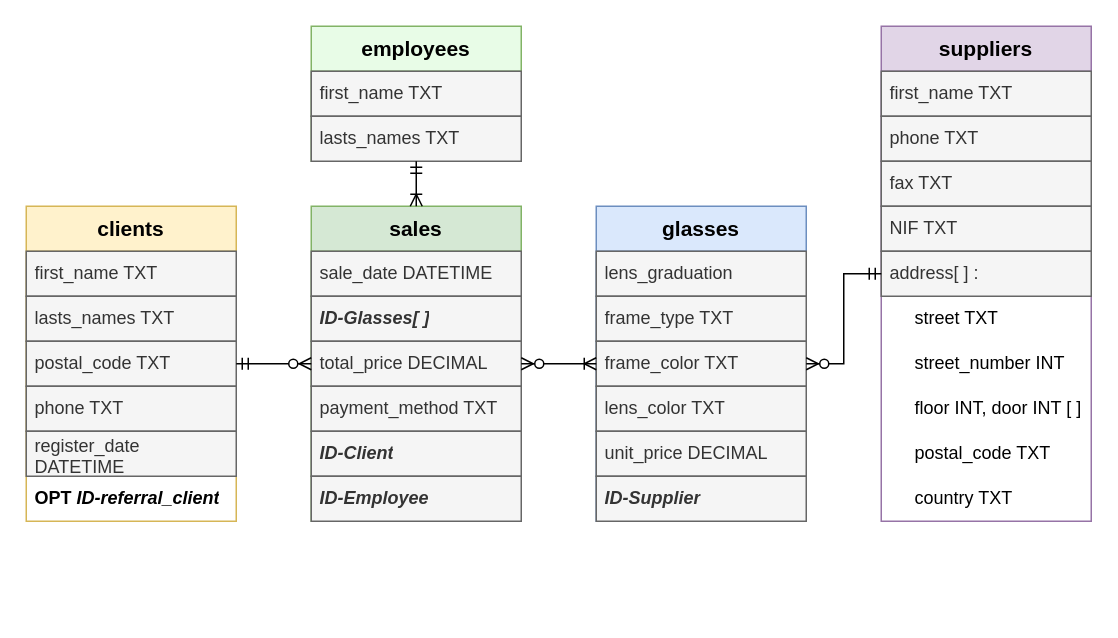
The draw.io diagram modelOptica.drawio in carlajuani/Sprint2, before the edit. Source tidied: cells renumbered, new cells numbered last; positions are measured from the earlier drawing's top-left corner, leaving out a move shared by most shapes. Both pictures are drawn from the tidied source at 150%, with x=0, y=0 at pixel (26, 26).
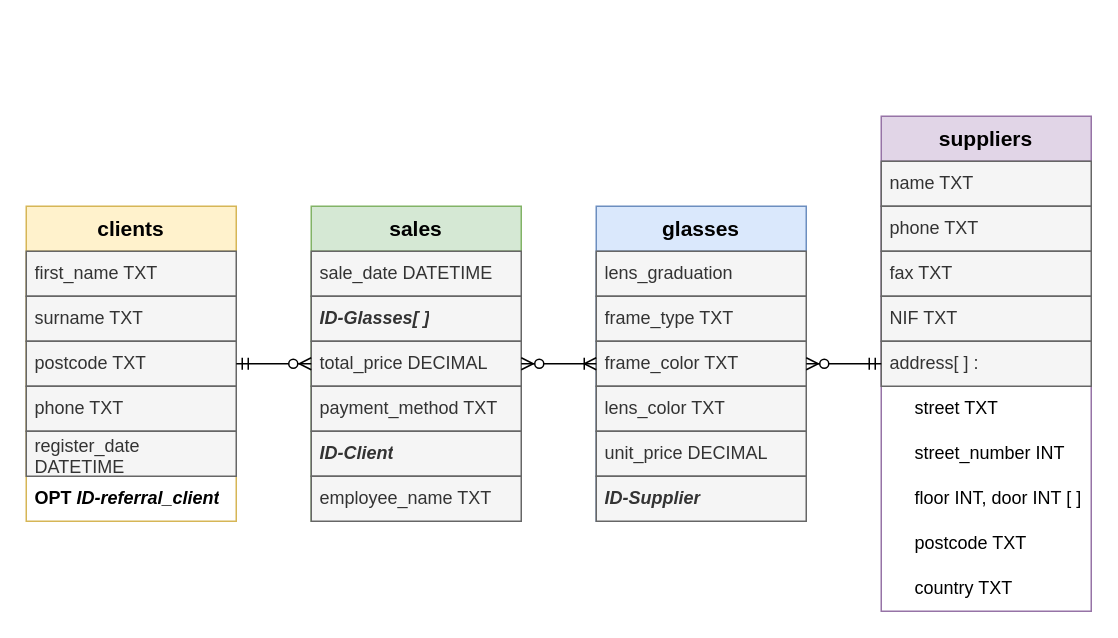
Above is the later version.

Unchanged cells that the change refers to:
```xml
<mxCell id="5" value="&lt;font size=&quot;1&quot;&gt;&lt;b style=&quot;font-size: 14px;&quot;&gt;sales&lt;/b&gt;&lt;/font&gt;" style="swimlane;fontStyle=0;horizontal=1;startSize=30;whiteSpace=wrap;html=1;fillColor=#d5e8d4;strokeColor=#82b366;" parent="1" vertex="1">
  <mxGeometry x="190" y="120" width="140" height="210" as="geometry" />
</mxCell>
<mxCell id="12" value="&lt;b&gt;&lt;font style=&quot;font-size: 14px;&quot;&gt;glasses&lt;/font&gt;&lt;/b&gt;" style="swimlane;fontStyle=0;horizontal=1;startSize=30;whiteSpace=wrap;html=1;fillColor=#dae8fc;strokeColor=#6c8ebf;" parent="1" vertex="1">
  <mxGeometry x="380" y="120" width="140" height="210" as="geometry" />
</mxCell>
<mxCell id="19" value="&lt;font size=&quot;1&quot;&gt;&lt;b style=&quot;font-size: 14px;&quot;&gt;clients&lt;/b&gt;&lt;/font&gt;" style="swimlane;fontStyle=0;horizontal=1;startSize=30;whiteSpace=wrap;html=1;fillColor=#fff2cc;strokeColor=#d6b656;" parent="1" vertex="1">
  <mxGeometry y="120" width="140" height="210" as="geometry" />
</mxCell>
```

Change to the diagram source:
```diff
@@
-    <mxCell id="2" value="&lt;font style=&quot;font-size: 14px;&quot;&gt;&lt;b&gt;employees&lt;/b&gt;&lt;/font&gt;" style="swimlane;fontStyle=0;horizontal=1;startSize=30;whiteSpace=wrap;html=1;fillColor=#E8FCE7;strokeColor=#82b366;" parent="1" vertex="1">
-      <mxGeometry x="190" width="140" height="90" as="geometry" />
-    </mxCell>
-    <mxCell id="3" value="first_name TXT" style="text;strokeColor=#666666;fillColor=#f5f5f5;align=left;verticalAlign=middle;spacingLeft=4;spacingRight=4;overflow=hidden;whiteSpace=wrap;html=1;fontColor=#333333;" parent="2" vertex="1">
-      <mxGeometry y="30" width="140" height="30" as="geometry" />
-    </mxCell>
-    <mxCell id="4" value="lasts_names TXT" style="text;strokeColor=#666666;fillColor=#f5f5f5;align=left;verticalAlign=middle;spacingLeft=4;spacingRight=4;overflow=hidden;whiteSpace=wrap;html=1;fontColor=#333333;" parent="2" vertex="1">
-      <mxGeometry y="60" width="140" height="30" as="geometry" />
-    </mxCell>
@@
-    <mxCell id="11" value="&lt;i&gt;&lt;b&gt;ID-Employee&lt;/b&gt;&lt;/i&gt;" style="text;strokeColor=#666666;fillColor=#f5f5f5;align=left;verticalAlign=middle;spacingLeft=4;spacingRight=4;overflow=hidden;whiteSpace=wrap;html=1;fontColor=#333333;" parent="5" vertex="1">
+    <mxCell id="11" value="&lt;div&gt;employee_name TXT&lt;br&gt;&lt;/div&gt;" style="text;strokeColor=#666666;fillColor=#f5f5f5;align=left;verticalAlign=middle;spacingLeft=4;spacingRight=4;overflow=hidden;whiteSpace=wrap;html=1;fontColor=#333333;" parent="5" vertex="1">
       <mxGeometry y="180" width="140" height="30" as="geometry" />
     </mxCell>
@@
-    <mxCell id="21" value="lasts_names TXT" style="text;strokeColor=#666666;fillColor=#f5f5f5;align=left;verticalAlign=middle;spacingLeft=4;spacingRight=4;overflow=hidden;whiteSpace=wrap;html=1;fontColor=#333333;" parent="19" vertex="1">
+    <mxCell id="21" value="surname TXT" style="text;strokeColor=#666666;fillColor=#f5f5f5;align=left;verticalAlign=middle;spacingLeft=4;spacingRight=4;overflow=hidden;whiteSpace=wrap;html=1;fontColor=#333333;" parent="19" vertex="1">
       <mxGeometry y="60" width="140" height="30" as="geometry" />
     </mxCell>
-    <mxCell id="22" value="postal_code TXT" style="text;align=left;verticalAlign=middle;spacingLeft=4;spacingRight=4;overflow=hidden;whiteSpace=wrap;html=1;shadow=0;glass=0;rounded=0;fillColor=#f5f5f5;fontColor=#333333;strokeColor=#666666;" parent="19" vertex="1">
+    <mxCell id="22" value="postcode TXT" style="text;align=left;verticalAlign=middle;spacingLeft=4;spacingRight=4;overflow=hidden;whiteSpace=wrap;html=1;shadow=0;glass=0;rounded=0;fillColor=#f5f5f5;fontColor=#333333;strokeColor=#666666;" parent="19" vertex="1">
       <mxGeometry y="90" width="140" height="30" as="geometry" />
     </mxCell>
@@
     <mxCell id="26" value="&lt;font style=&quot;font-size: 14px;&quot;&gt;&lt;b&gt;suppliers&lt;/b&gt;&lt;/font&gt;" style="swimlane;fontStyle=0;horizontal=1;startSize=30;whiteSpace=wrap;html=1;fillColor=#e1d5e7;strokeColor=#9673a6;" parent="1" vertex="1">
-      <mxGeometry x="570" width="140" height="330" as="geometry" />
+      <mxGeometry x="570" y="60" width="140" height="330" as="geometry" />
     </mxCell>
-    <mxCell id="27" value="first_name TXT" style="text;strokeColor=#666666;fillColor=#f5f5f5;align=left;verticalAlign=middle;spacingLeft=4;spacingRight=4;overflow=hidden;whiteSpace=wrap;html=1;fontColor=#333333;" parent="26" vertex="1">
+    <mxCell id="27" value="name TXT" style="text;strokeColor=#666666;fillColor=#f5f5f5;align=left;verticalAlign=middle;spacingLeft=4;spacingRight=4;overflow=hidden;whiteSpace=wrap;html=1;fontColor=#333333;" parent="26" vertex="1">
       <mxGeometry y="30" width="140" height="30" as="geometry" />
     </mxCell>
@@
-    <mxCell id="35" value="&amp;nbsp;&amp;nbsp; &amp;nbsp; postal_code TXT" style="text;align=left;verticalAlign=middle;spacingLeft=4;spacingRight=4;overflow=hidden;whiteSpace=wrap;html=1;shadow=0;glass=0;rounded=0;" parent="26" vertex="1">
+    <mxCell id="35" value="&amp;nbsp;&amp;nbsp; &amp;nbsp; postcode TXT" style="text;align=left;verticalAlign=middle;spacingLeft=4;spacingRight=4;overflow=hidden;whiteSpace=wrap;html=1;shadow=0;glass=0;rounded=0;" parent="26" vertex="1">
       <mxGeometry y="270" width="140" height="30" as="geometry" />
     </mxCell>
@@
-    <mxCell id="37" style="edgeStyle=orthogonalEdgeStyle;fontSize=12;html=1;endArrow=ERoneToMany;startArrow=ERmandOne;rounded=0;" parent="1" edge="1" source="2" target="5">
-      <mxGeometry relative="1" as="geometry" />
-    </mxCell>
@@
-    <mxCell id="39" style="edgeStyle=entityRelationEdgeStyle;fontSize=12;html=1;endArrow=ERoneToMany;startArrow=ERzeroToMany;rounded=0;" parent="1" edge="1" source="5" target="12">
+    <mxCell id="39" style="edgeStyle=orthogonalEdgeStyle;fontSize=12;html=1;endArrow=ERoneToMany;startArrow=ERzeroToMany;rounded=0;" parent="1" edge="1" source="5" target="12">
       <mxGeometry relative="1" as="geometry" />
     </mxCell>
```
